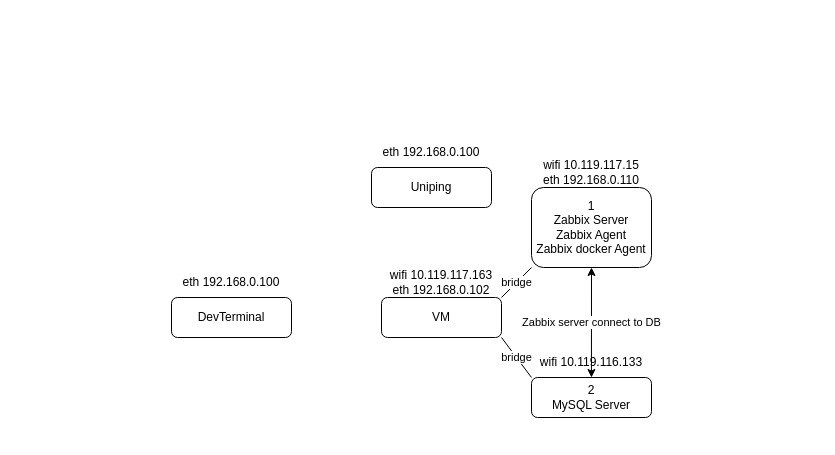
Black872/DCMonitoring keeps this draw.io diagram as BlockScheme.drawio. Above is the earlier version. Source tidied: cells renumbered, new cells numbered last; positions are measured from the earlier drawing's top-left corner, leaving out a move shared by most shapes. Both pictures are drawn from the tidied source at 100%, with x=0, y=0 at pixel (171, 137).
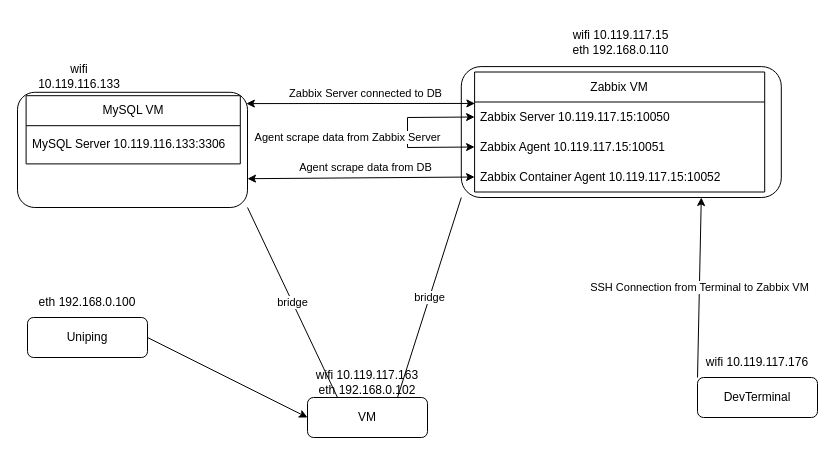
The same diagram, later.

Unchanged cells that the change refers to:
```xml
<mxCell id="6" value="VM" style="rounded=1;whiteSpace=wrap;html=1;fontSize=12;glass=0;strokeWidth=1;shadow=0;" parent="5" vertex="1">
  <mxGeometry y="30" width="120" height="40" as="geometry" />
</mxCell>
<mxCell id="7" value="wifi 10.119.117.163&lt;br&gt;eth 192.168.0.102" style="text;html=1;align=center;verticalAlign=middle;whiteSpace=wrap;rounded=0;" parent="5" vertex="1">
  <mxGeometry width="120" height="30" as="geometry" />
</mxCell>
<mxCell id="9" value="Uniping" style="rounded=1;whiteSpace=wrap;html=1;fontSize=12;glass=0;strokeWidth=1;shadow=0;" parent="8" vertex="1">
  <mxGeometry y="30" width="120" height="40" as="geometry" />
</mxCell>
<mxCell id="18" value="DevTerminal" style="rounded=1;whiteSpace=wrap;html=1;fontSize=12;glass=0;strokeWidth=1;shadow=0;" parent="17" vertex="1">
  <mxGeometry y="30" width="120" height="40" as="geometry" />
</mxCell>
```

Diff of the diagram source:
```diff
@@
-    <mxCell id="2" value="bridge" style="endArrow=none;html=1;rounded=0;entryX=0;entryY=1;entryDx=0;entryDy=0;exitX=1;exitY=0;exitDx=0;exitDy=0;" parent="1" edge="1" source="6" target="12">
+    <mxCell id="2" value="bridge" style="endArrow=none;html=1;rounded=0;entryX=0;entryY=1;entryDx=0;entryDy=0;exitX=0.75;exitY=1;exitDx=0;exitDy=0;" parent="1" edge="1" source="7" target="12">
       <mxGeometry relative="1" as="geometry" />
     </mxCell>
-    <mxCell id="3" value="bridge" style="endArrow=none;html=1;rounded=0;entryX=0;entryY=0;entryDx=0;entryDy=0;exitX=1;exitY=1;exitDx=0;exitDy=0;" parent="1" edge="1" source="6" target="15">
+    <mxCell id="3" value="bridge" style="endArrow=none;html=1;rounded=0;entryX=1;entryY=1;entryDx=0;entryDy=0;exitX=0.25;exitY=1;exitDx=0;exitDy=0;" parent="1" edge="1" source="7" target="15">
       <mxGeometry relative="1" as="geometry" />
     </mxCell>
-    <mxCell id="4" value="Zabbix server connect to DB " style="endArrow=classic;startArrow=classic;html=1;rounded=0;entryX=0.5;entryY=1;entryDx=0;entryDy=0;exitX=0.5;exitY=1;exitDx=0;exitDy=0;" parent="1" edge="1" source="16" target="12">
-      <mxGeometry relative="1" as="geometry" />
-    </mxCell>
     <mxCell id="5" style="group;" parent="1" vertex="1">
-      <mxGeometry x="210" y="130" width="120" height="70" as="geometry" />
+      <mxGeometry x="136" y="230" width="120" height="70" as="geometry" />
     </mxCell>
@@
     <mxCell id="8" style="group;" parent="1" vertex="1">
-      <mxGeometry x="200" width="120" height="70" as="geometry" />
+      <mxGeometry x="-144" y="150" width="120" height="70" as="geometry" />
     </mxCell>
@@
-    <mxCell id="11" style="group;" parent="1" vertex="1">
-      <mxGeometry x="360" y="20" width="120" height="110" as="geometry" />
-    </mxCell>
-    <mxCell id="12" value="1&lt;br&gt;Zabbix Server&lt;br&gt;Zabbix Agent&lt;br&gt;Zabbix docker Agent" style="rounded=1;whiteSpace=wrap;html=1;fontSize=12;glass=0;strokeWidth=1;shadow=0;" parent="11" vertex="1">
-      <mxGeometry y="30" width="120" height="80" as="geometry" />
-    </mxCell>
-    <mxCell id="13" value="wifi 10.119.117.15&lt;br&gt;eth 192.168.0.110" style="text;html=1;align=center;verticalAlign=middle;whiteSpace=wrap;rounded=0;" parent="11" vertex="1">
-      <mxGeometry x="5" width="110" height="30" as="geometry" />
-    </mxCell>
-    <mxCell id="14" style="group;" parent="1" vertex="1">
-      <mxGeometry x="360" y="210" width="120" height="70" as="geometry" />
-    </mxCell>
-    <mxCell id="15" value="2&lt;br&gt;MySQL Server" style="rounded=1;whiteSpace=wrap;html=1;fontSize=12;glass=0;strokeWidth=1;shadow=0;" parent="14" vertex="1">
-      <mxGeometry y="30" width="120" height="40" as="geometry" />
-    </mxCell>
-    <mxCell id="16" value="wifi 10.119.116.133" style="text;html=1;align=center;verticalAlign=middle;whiteSpace=wrap;rounded=0;" parent="14" vertex="1">
-      <mxGeometry x="1.2" width="117.5" height="30" as="geometry" />
-    </mxCell>
     <mxCell id="17" style="group;" parent="1" vertex="1">
-      <mxGeometry y="130" width="120" height="70" as="geometry" />
+      <mxGeometry x="526" y="210" width="120" height="70" as="geometry" />
     </mxCell>
@@
-    <mxCell id="19" value="eth 192.168.0.100" style="text;html=1;align=center;verticalAlign=middle;whiteSpace=wrap;rounded=0;" parent="17" vertex="1">
+    <mxCell id="19" value="wifi 10.119.117.176" style="text;html=1;align=center;verticalAlign=middle;whiteSpace=wrap;rounded=0;" parent="17" vertex="1">
       <mxGeometry width="120" height="30" as="geometry" />
     </mxCell>
+    <mxCell id="20" style="endArrow=classic;html=1;rounded=0;entryX=0;entryY=0.5;entryDx=0;entryDy=0;exitX=1;exitY=0.5;exitDx=0;exitDy=0;" parent="1" edge="1" source="9" target="6">
+      <mxGeometry relative="1" as="geometry" />
+    </mxCell>
+    <mxCell id="21" value="SSH Connection from Terminal to Zabbix VM" style="endArrow=classic;html=1;rounded=0;entryX=0.75;entryY=1;entryDx=0;entryDy=0;exitX=0;exitY=0;exitDx=0;exitDy=0;" parent="1" edge="1" source="18" target="12">
+      <mxGeometry relative="1" as="geometry" />
+    </mxCell>
+    <mxCell id="22" style="group;" parent="1" vertex="1">
+      <mxGeometry x="276" y="-110" width="320" height="180" as="geometry" />
+    </mxCell>
+    <mxCell id="23" style="group;" parent="22" vertex="1">
+      <mxGeometry x="13.8" y="-10" width="320" height="180" as="geometry" />
+    </mxCell>
+    <mxCell id="12" style="rounded=1;whiteSpace=wrap;html=1;fontSize=12;glass=0;strokeWidth=1;shadow=0;" parent="23" vertex="1">
+      <mxGeometry y="49.1" width="320" height="130.9" as="geometry" />
+    </mxCell>
+    <mxCell id="13" value="wifi 10.119.117.15&lt;br&gt;eth 192.168.0.110" style="text;html=1;align=center;verticalAlign=middle;whiteSpace=wrap;rounded=0;" parent="23" vertex="1">
+      <mxGeometry x="13.3" width="293.3" height="49.1" as="geometry" />
+    </mxCell>
+    <mxCell id="24" value="Zabbix VM" style="swimlane;fontStyle=0;horizontal=1;startSize=30;whiteSpace=wrap;html=1;" parent="23" vertex="1">
+      <mxGeometry x="13.3" y="54.5" width="290.1" height="120" as="geometry" />
+    </mxCell>
+    <mxCell id="25" value="Zabbix Server 10.119.117.15:10050" style="text;strokeColor=none;fillColor=none;align=left;verticalAlign=middle;spacingLeft=4;spacingRight=4;overflow=hidden;points=[[0,0.5],[1,0.5]];portConstraint=eastwest;whiteSpace=wrap;html=1;" parent="24" vertex="1">
+      <mxGeometry y="30" width="290.1" height="30" as="geometry" />
+    </mxCell>
+    <mxCell id="26" value="Zabbix Agent 10.119.117.15:10051" style="text;strokeColor=none;fillColor=none;align=left;verticalAlign=middle;spacingLeft=4;spacingRight=4;overflow=hidden;points=[[0,0.5],[1,0.5]];portConstraint=eastwest;whiteSpace=wrap;html=1;" parent="24" vertex="1">
+      <mxGeometry y="60" width="290.1" height="30" as="geometry" />
+    </mxCell>
+    <mxCell id="27" value="Zabbix Container Agent 10.119.117.15:10052" style="text;strokeColor=none;fillColor=none;align=left;verticalAlign=middle;spacingLeft=4;spacingRight=4;overflow=hidden;points=[[0,0.5],[1,0.5]];portConstraint=eastwest;whiteSpace=wrap;html=1;" parent="24" vertex="1">
+      <mxGeometry y="90" width="290.1" height="30" as="geometry" />
+    </mxCell>
+    <mxCell id="28" value="Agent scrape data from Zabbix Server" style="endArrow=classic;startArrow=classic;html=1;rounded=0;entryX=0;entryY=0.5;entryDx=0;entryDy=0;exitX=0;exitY=0.5;exitDx=0;exitDy=0;" parent="24" edge="1" source="25" target="26">
+      <mxGeometry x="0.06" y="-60" relative="1" as="geometry">
+        <Array as="points">
+          <mxPoint x="-67.1" y="45.5" />
+          <mxPoint x="-67.1" y="75.5" />
+        </Array>
+      </mxGeometry>
+    </mxCell>
+    <mxCell id="29" value="Agent scrape data from DB" style="endArrow=classic;startArrow=classic;html=1;rounded=0;exitX=1;exitY=0.75;exitDx=0;exitDy=0;entryX=0;entryY=0.5;entryDx=0;entryDy=0;" parent="1" edge="1" source="15" target="27">
+      <mxGeometry x="0.04" y="10" relative="1" as="geometry" />
+    </mxCell>
+    <mxCell id="30" value="Zabbix Server connected to DB" style="endArrow=classic;startArrow=classic;html=1;rounded=0;entryX=0.001;entryY=0.048;entryDx=0;entryDy=0;exitX=0.995;exitY=0.098;exitDx=0;exitDy=0;entryPerimeter=0;exitPerimeter=0;" parent="1" edge="1" source="15" target="25">
+      <mxGeometry x="0.04" y="10" relative="1" as="geometry" />
+    </mxCell>
+    <mxCell id="31" style="group;" parent="1" vertex="1">
+      <mxGeometry x="-154" y="-80" width="230" height="150" as="geometry" />
+    </mxCell>
+    <mxCell id="15" style="rounded=1;whiteSpace=wrap;html=1;fontSize=12;glass=0;strokeWidth=1;shadow=0;" parent="31" vertex="1">
+      <mxGeometry y="34.8" width="230" height="115.2" as="geometry" />
+    </mxCell>
+    <mxCell id="16" value="wifi 10.119.116.133" style="text;html=1;align=center;verticalAlign=middle;whiteSpace=wrap;rounded=0;" parent="31" vertex="1">
+      <mxGeometry x="17.2" width="90.1" height="38.2" as="geometry" />
+    </mxCell>
+    <mxCell id="32" value="MySQL VM" style="swimlane;fontStyle=0;horizontal=1;startSize=30;whiteSpace=wrap;html=1;" parent="31" vertex="1">
+      <mxGeometry x="8.6" y="38.2" width="214.2" height="68.2" as="geometry" />
+    </mxCell>
+    <mxCell id="33" value="MySQL Server 10.119.116.133:3306" style="text;strokeColor=none;fillColor=none;align=left;verticalAlign=middle;spacingLeft=4;spacingRight=4;overflow=hidden;whiteSpace=wrap;html=1;" parent="32" vertex="1">
+      <mxGeometry y="30" width="214.2" height="38.2" as="geometry" />
+    </mxCell>
```
